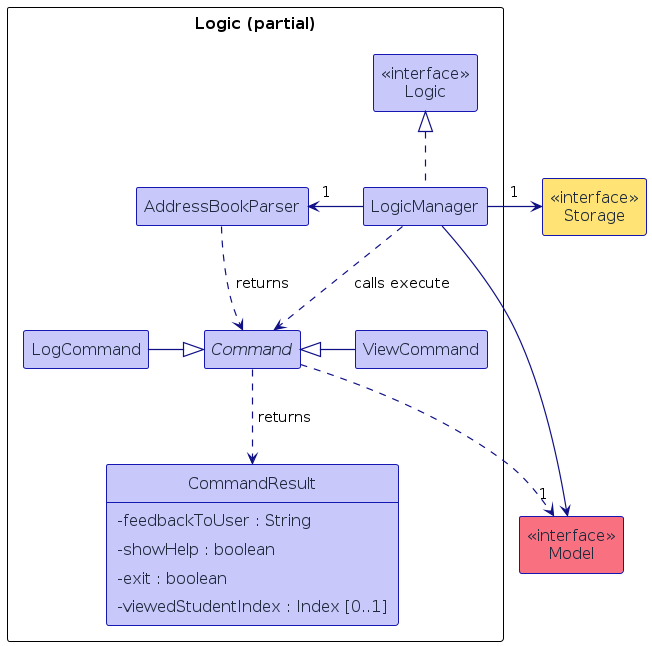
Above: diagrams/LogicClassDiagram.png in AY2627S1-CS2103T-T11-1/tp (PlantUML), before the change. Its source is kept beside it as diagrams/LogicClassDiagram.puml.
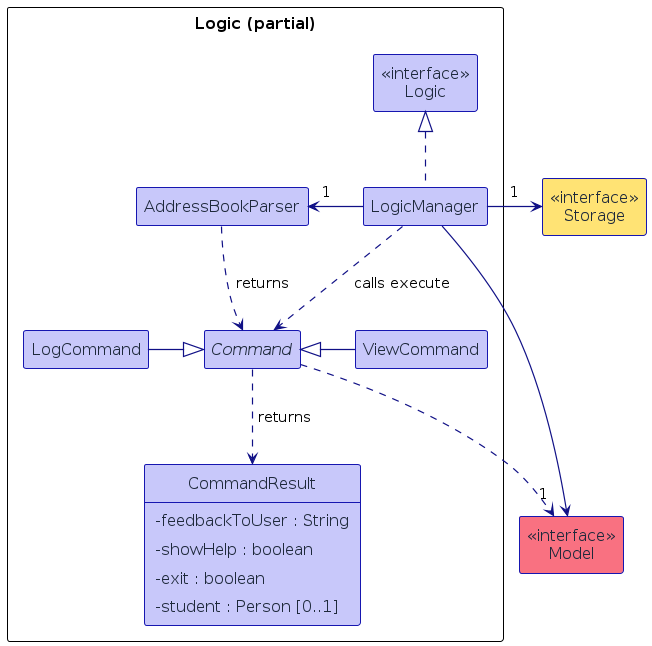
The same file after the commit.

What changed in the source:
```diff
@@ -27,7 +27,7 @@
         - feedbackToUser : String
         - showHelp : boolean
         - exit : boolean
-        - viewedStudentIndex : Index [0..1]
+        - student : Person [0..1]
     }
 }
 class "<<interface>>\nModel" as ModelApi MODEL_COLOR_T1
```
